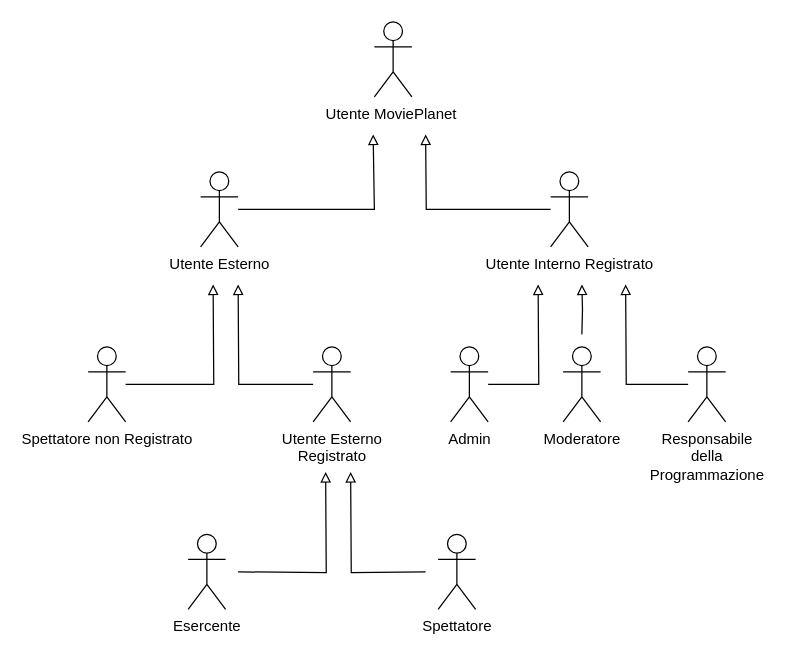
michelafarruggia/SEBD keeps this draw.io diagram as users.drawio. Above is the earlier version. Source tidied: cells renumbered, new cells numbered last; positions are measured from the earlier drawing's top-left corner, leaving out a move shared by most shapes. Both pictures are drawn from the tidied source at 125%, with x=0, y=0 at pixel (88, 21).
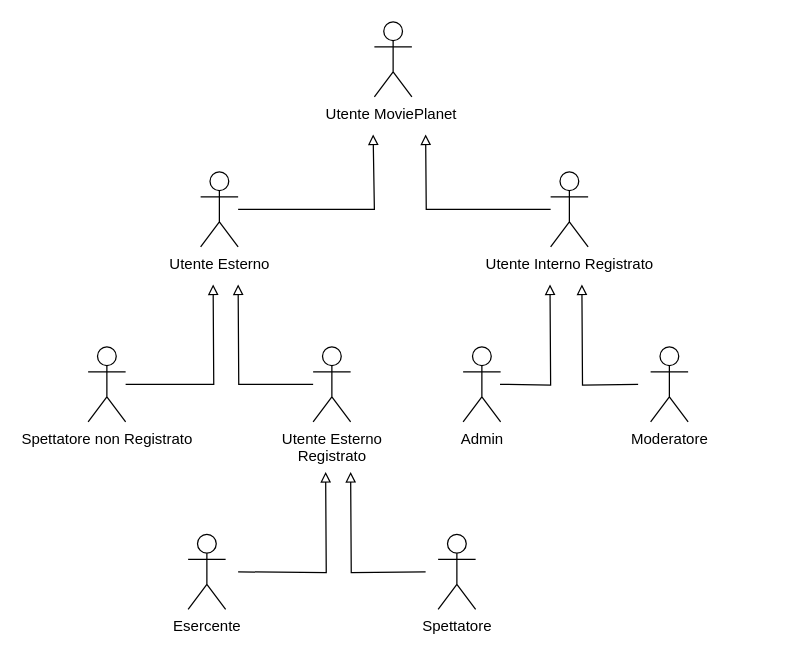
The same page after the edit.

Change to the diagram source:
```diff
@@
-    <mxCell id="11" style="edgeStyle=orthogonalEdgeStyle;rounded=0;jettySize=auto;html=1;endArrow=block;endFill=0;" parent="1" edge="1" source="12">
+    <mxCell id="11" style="edgeStyle=orthogonalEdgeStyle;rounded=0;orthogonalLoop=1;jettySize=auto;html=1;endArrow=block;endFill=0;" parent="1" edge="1">
       <mxGeometry relative="1" as="geometry">
-        <mxPoint x="360" y="210" as="targetPoint" />
+        <mxPoint x="329.5" y="290" as="sourcePoint" />
+        <mxPoint x="369.5" y="210" as="targetPoint" />
       </mxGeometry>
     </mxCell>
     <mxCell id="12" value="Admin" style="shape=umlActor;verticalLabelPosition=bottom;verticalAlign=top;html=1;outlineConnect=0;" parent="1" vertex="1">
-      <mxGeometry x="290" y="260" width="30" height="60" as="geometry" />
+      <mxGeometry x="300" y="260" width="30" height="60" as="geometry" />
     </mxCell>
     <mxCell id="13" style="edgeStyle=orthogonalEdgeStyle;rounded=0;orthogonalLoop=1;jettySize=auto;html=1;endArrow=block;endFill=0;" parent="1" edge="1">
       <mxGeometry relative="1" as="geometry">
-        <mxPoint x="395" y="250" as="sourcePoint" />
+        <mxPoint x="440" y="290" as="sourcePoint" />
         <mxPoint x="395" y="210" as="targetPoint" />
       </mxGeometry>
     </mxCell>
     <mxCell id="14" value="Moderatore" style="shape=umlActor;verticalLabelPosition=bottom;verticalAlign=top;html=1;" parent="1" vertex="1">
-      <mxGeometry x="380" y="260" width="30" height="60" as="geometry" />
+      <mxGeometry x="450" y="260" width="30" height="60" as="geometry" />
     </mxCell>
-    <mxCell id="15" style="edgeStyle=orthogonalEdgeStyle;rounded=0;jettySize=auto;html=1;endArrow=block;endFill=0;" parent="1" edge="1" source="16">
-      <mxGeometry relative="1" as="geometry">
-        <mxPoint x="430" y="210" as="targetPoint" />
-      </mxGeometry>
-    </mxCell>
-    <mxCell id="16" value="Responsabile&lt;br&gt;della&lt;br&gt;Programmazione" style="shape=umlActor;verticalLabelPosition=bottom;verticalAlign=top;html=1;outlineConnect=0;" parent="1" vertex="1">
-      <mxGeometry x="480" y="260" width="30" height="60" as="geometry" />
-    </mxCell>
```
